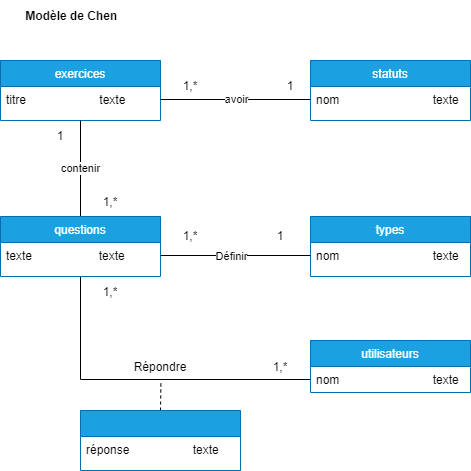
Earlier version of the draw.io export documentation/db/MCD_CHEN.png (Souphakone/Maw1.1). Source tidied: cells renumbered, new cells last; positions are measured from the earlier drawing's top-left corner, leaving out a move shared by most shapes. The source it was exported from:
```xml
<mxGraphModel>
  <root>
    <mxCell id="0" />
    <mxCell id="1" parent="0" />
    <mxCell id="2" value="exercices" style="swimlane;fontStyle=0;align=center;verticalAlign=top;horizontal=1;startSize=26;rounded=0;shadow=0;strokeWidth=1;fillColor=#1ba1e2;fontColor=#ffffff;strokeColor=#006EAF;" parent="1" vertex="1">
      <mxGeometry y="60" width="160" height="60" as="geometry" />
    </mxCell>
    <mxCell id="3" value="titre                      texte" style="text;align=left;verticalAlign=top;spacingLeft=4;spacingRight=4;overflow=hidden;points=[[0,0.5],[1,0.5]];portConstraint=eastwest;" parent="2" vertex="1">
      <mxGeometry y="26" width="160" height="26" as="geometry" />
    </mxCell>
    <mxCell id="4" style="edgeStyle=orthogonalEdgeStyle;rounded=0;jettySize=auto;html=1;exitX=0.5;exitY=0;exitDx=0;exitDy=0;endArrow=none;endFill=0;dashed=1;" parent="1" edge="1" source="5">
      <mxGeometry relative="1" as="geometry">
        <mxPoint x="160.4" y="380" as="targetPoint" />
      </mxGeometry>
    </mxCell>
    <mxCell id="5" style="swimlane;fontStyle=0;align=center;verticalAlign=top;horizontal=1;startSize=26;rounded=0;shadow=0;strokeWidth=1;fillColor=#1ba1e2;fontColor=#ffffff;strokeColor=#006EAF;" parent="1" vertex="1">
      <mxGeometry x="80" y="410" width="160" height="60" as="geometry" />
    </mxCell>
    <mxCell id="6" value="réponse                   texte" style="text;align=left;verticalAlign=top;spacingLeft=4;spacingRight=4;overflow=hidden;rounded=0;shadow=0;html=0;" parent="5" vertex="1">
      <mxGeometry y="26" width="160" height="26" as="geometry" />
    </mxCell>
    <mxCell id="7" style="edgeStyle=orthogonalEdgeStyle;rounded=0;jettySize=auto;html=1;exitX=0.5;exitY=1;exitDx=0;exitDy=0;entryX=0;entryY=0.5;entryDx=0;entryDy=0;endArrow=none;endFill=0;" parent="1" edge="1" source="9" target="14">
      <mxGeometry relative="1" as="geometry" />
    </mxCell>
    <mxCell id="8" value="contenir" style="edgeStyle=orthogonalEdgeStyle;rounded=0;jettySize=auto;html=1;exitX=0.5;exitY=0;exitDx=0;exitDy=0;entryX=0.5;entryY=1;entryDx=0;entryDy=0;endArrow=none;endFill=0;" parent="1" edge="1" source="9" target="2">
      <mxGeometry relative="1" as="geometry">
        <Array as="points">
          <mxPoint x="80" y="170" />
          <mxPoint x="80" y="170" />
        </Array>
      </mxGeometry>
    </mxCell>
    <mxCell id="9" value="questions" style="swimlane;fontStyle=0;align=center;verticalAlign=top;horizontal=1;startSize=26;rounded=0;shadow=0;strokeWidth=1;fillColor=#1ba1e2;fontColor=#ffffff;strokeColor=#006EAF;" parent="1" vertex="1">
      <mxGeometry y="216" width="160" height="60" as="geometry" />
    </mxCell>
    <mxCell id="10" value="texte                    texte" style="text;align=left;verticalAlign=top;spacingLeft=4;spacingRight=4;overflow=hidden;points=[[0,0.5],[1,0.5]];portConstraint=eastwest;" parent="9" vertex="1">
      <mxGeometry y="26" width="160" height="26" as="geometry" />
    </mxCell>
    <mxCell id="11" value="types" style="swimlane;fontStyle=0;align=center;verticalAlign=top;horizontal=1;startSize=26;rounded=0;shadow=0;strokeWidth=1;fillColor=#1ba1e2;fontColor=#ffffff;strokeColor=#006EAF;" parent="1" vertex="1">
      <mxGeometry x="310" y="216" width="160" height="60" as="geometry" />
    </mxCell>
    <mxCell id="12" value="nom                            texte" style="text;align=left;verticalAlign=top;spacingLeft=4;spacingRight=4;overflow=hidden;points=[[0,0.5],[1,0.5]];portConstraint=eastwest;" parent="11" vertex="1">
      <mxGeometry y="26" width="160" height="26" as="geometry" />
    </mxCell>
    <mxCell id="13" value="utilisateurs" style="swimlane;fontStyle=0;align=center;verticalAlign=top;horizontal=1;startSize=26;rounded=0;shadow=0;strokeWidth=1;fillColor=#1ba1e2;fontColor=#ffffff;strokeColor=#006EAF;" parent="1" vertex="1">
      <mxGeometry x="310" y="340" width="160" height="52" as="geometry" />
    </mxCell>
    <mxCell id="14" value="nom                            texte" style="text;align=left;verticalAlign=top;spacingLeft=4;spacingRight=4;overflow=hidden;points=[[0,0.5],[1,0.5]];portConstraint=eastwest;" parent="13" vertex="1">
      <mxGeometry y="26" width="160" height="26" as="geometry" />
    </mxCell>
    <mxCell id="15" value="statuts" style="swimlane;fontStyle=0;align=center;verticalAlign=top;horizontal=1;startSize=26;rounded=0;shadow=0;strokeWidth=1;fillColor=#1ba1e2;fontColor=#ffffff;strokeColor=#006EAF;" parent="1" vertex="1">
      <mxGeometry x="310" y="60" width="160" height="60" as="geometry" />
    </mxCell>
    <mxCell id="16" value="nom                            texte" style="text;align=left;verticalAlign=top;spacingLeft=4;spacingRight=4;overflow=hidden;points=[[0,0.5],[1,0.5]];portConstraint=eastwest;" parent="15" vertex="1">
      <mxGeometry y="26" width="160" height="26" as="geometry" />
    </mxCell>
    <mxCell id="17" value="Répondre" style="text;html=1;strokeColor=none;fillColor=none;align=center;verticalAlign=middle;whiteSpace=wrap;rounded=0;" parent="1" vertex="1">
      <mxGeometry x="130" y="351" width="60" height="30" as="geometry" />
    </mxCell>
    <mxCell id="18" value="1,*" style="text;html=1;strokeColor=none;fillColor=none;align=center;verticalAlign=middle;whiteSpace=wrap;rounded=0;" parent="1" vertex="1">
      <mxGeometry x="80" y="276" width="60" height="30" as="geometry" />
    </mxCell>
    <mxCell id="19" value="1,*" style="text;html=1;strokeColor=none;fillColor=none;align=center;verticalAlign=middle;whiteSpace=wrap;rounded=0;" parent="1" vertex="1">
      <mxGeometry x="250" y="351" width="60" height="30" as="geometry" />
    </mxCell>
    <mxCell id="20" style="edgeStyle=orthogonalEdgeStyle;rounded=0;jettySize=auto;html=1;exitX=1;exitY=0.5;exitDx=0;exitDy=0;entryX=0;entryY=0.5;entryDx=0;entryDy=0;endArrow=none;endFill=0;" parent="1" edge="1" source="10" target="12">
      <mxGeometry relative="1" as="geometry" />
    </mxCell>
    <mxCell id="21" value="Définir" style="edgeLabel;html=1;align=center;verticalAlign=middle;" parent="20" vertex="1">
      <mxGeometry x="-0.19" y="-2" relative="1" as="geometry">
        <mxPoint x="10" y="-2" as="offset" />
      </mxGeometry>
    </mxCell>
    <mxCell id="22" value="avoir" style="edgeStyle=orthogonalEdgeStyle;rounded=0;jettySize=auto;html=1;exitX=1;exitY=0.5;exitDx=0;exitDy=0;entryX=0;entryY=0.5;entryDx=0;entryDy=0;endArrow=none;endFill=0;" parent="1" edge="1" source="3" target="16">
      <mxGeometry relative="1" as="geometry" />
    </mxCell>
    <mxCell id="23" value="1" style="text;html=1;strokeColor=none;fillColor=none;align=center;verticalAlign=middle;whiteSpace=wrap;rounded=0;" parent="1" vertex="1">
      <mxGeometry x="250" y="220" width="60" height="30" as="geometry" />
    </mxCell>
    <mxCell id="24" value="1,*" style="text;html=1;strokeColor=none;fillColor=none;align=center;verticalAlign=middle;whiteSpace=wrap;rounded=0;" parent="1" vertex="1">
      <mxGeometry x="160" y="220" width="60" height="30" as="geometry" />
    </mxCell>
    <mxCell id="25" value="1" style="text;html=1;strokeColor=none;fillColor=none;align=center;verticalAlign=middle;whiteSpace=wrap;rounded=0;" parent="1" vertex="1">
      <mxGeometry x="30" y="120" width="60" height="30" as="geometry" />
    </mxCell>
    <mxCell id="26" value="1,*" style="text;html=1;strokeColor=none;fillColor=none;align=center;verticalAlign=middle;whiteSpace=wrap;rounded=0;" parent="1" vertex="1">
      <mxGeometry x="80" y="186" width="60" height="30" as="geometry" />
    </mxCell>
    <mxCell id="27" value="1" style="text;html=1;strokeColor=none;fillColor=none;align=center;verticalAlign=middle;whiteSpace=wrap;rounded=0;" parent="1" vertex="1">
      <mxGeometry x="260" y="70" width="60" height="30" as="geometry" />
    </mxCell>
    <mxCell id="28" value="1,*" style="text;html=1;strokeColor=none;fillColor=none;align=center;verticalAlign=middle;whiteSpace=wrap;rounded=0;" parent="1" vertex="1">
      <mxGeometry x="160" y="70" width="60" height="30" as="geometry" />
    </mxCell>
    <mxCell id="29" value="Modèle de Chen&amp;nbsp;" style="text;html=1;strokeColor=none;fillColor=none;align=center;verticalAlign=middle;whiteSpace=wrap;rounded=0;fontStyle=1;" parent="1" vertex="1">
      <mxGeometry width="146" height="30" as="geometry" />
    </mxCell>
  </root>
</mxGraphModel>
```
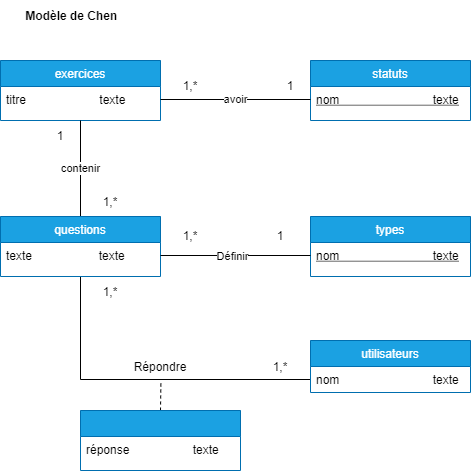
The same file after the commit.

Diff of the diagram source:
```diff
@@ -39,7 +39,7 @@
     <mxCell id="11" value="types" style="swimlane;fontStyle=0;align=center;verticalAlign=top;horizontal=1;startSize=26;rounded=0;shadow=0;strokeWidth=1;fillColor=#1ba1e2;fontColor=#ffffff;strokeColor=#006EAF;" parent="1" vertex="1">
       <mxGeometry x="310" y="216" width="160" height="60" as="geometry" />
     </mxCell>
-    <mxCell id="12" value="nom                            texte" style="text;align=left;verticalAlign=top;spacingLeft=4;spacingRight=4;overflow=hidden;points=[[0,0.5],[1,0.5]];portConstraint=eastwest;" parent="11" vertex="1">
+    <mxCell id="12" value="nom                            texte" style="text;align=left;verticalAlign=top;spacingLeft=4;spacingRight=4;overflow=hidden;points=[[0,0.5],[1,0.5]];portConstraint=eastwest;fontStyle=4;" parent="11" vertex="1">
       <mxGeometry y="26" width="160" height="26" as="geometry" />
     </mxCell>
     <mxCell id="13" value="utilisateurs" style="swimlane;fontStyle=0;align=center;verticalAlign=top;horizontal=1;startSize=26;rounded=0;shadow=0;strokeWidth=1;fillColor=#1ba1e2;fontColor=#ffffff;strokeColor=#006EAF;" parent="1" vertex="1">
@@ -51,7 +51,7 @@
     <mxCell id="15" value="statuts" style="swimlane;fontStyle=0;align=center;verticalAlign=top;horizontal=1;startSize=26;rounded=0;shadow=0;strokeWidth=1;fillColor=#1ba1e2;fontColor=#ffffff;strokeColor=#006EAF;" parent="1" vertex="1">
       <mxGeometry x="310" y="60" width="160" height="60" as="geometry" />
     </mxCell>
-    <mxCell id="16" value="nom                            texte" style="text;align=left;verticalAlign=top;spacingLeft=4;spacingRight=4;overflow=hidden;points=[[0,0.5],[1,0.5]];portConstraint=eastwest;" parent="15" vertex="1">
+    <mxCell id="16" value="nom                            texte" style="text;align=left;verticalAlign=top;spacingLeft=4;spacingRight=4;overflow=hidden;points=[[0,0.5],[1,0.5]];portConstraint=eastwest;fontStyle=4;" parent="15" vertex="1">
       <mxGeometry y="26" width="160" height="26" as="geometry" />
     </mxCell>
     <mxCell id="17" value="Répondre" style="text;html=1;strokeColor=none;fillColor=none;align=center;verticalAlign=middle;whiteSpace=wrap;rounded=0;" parent="1" vertex="1">
```
